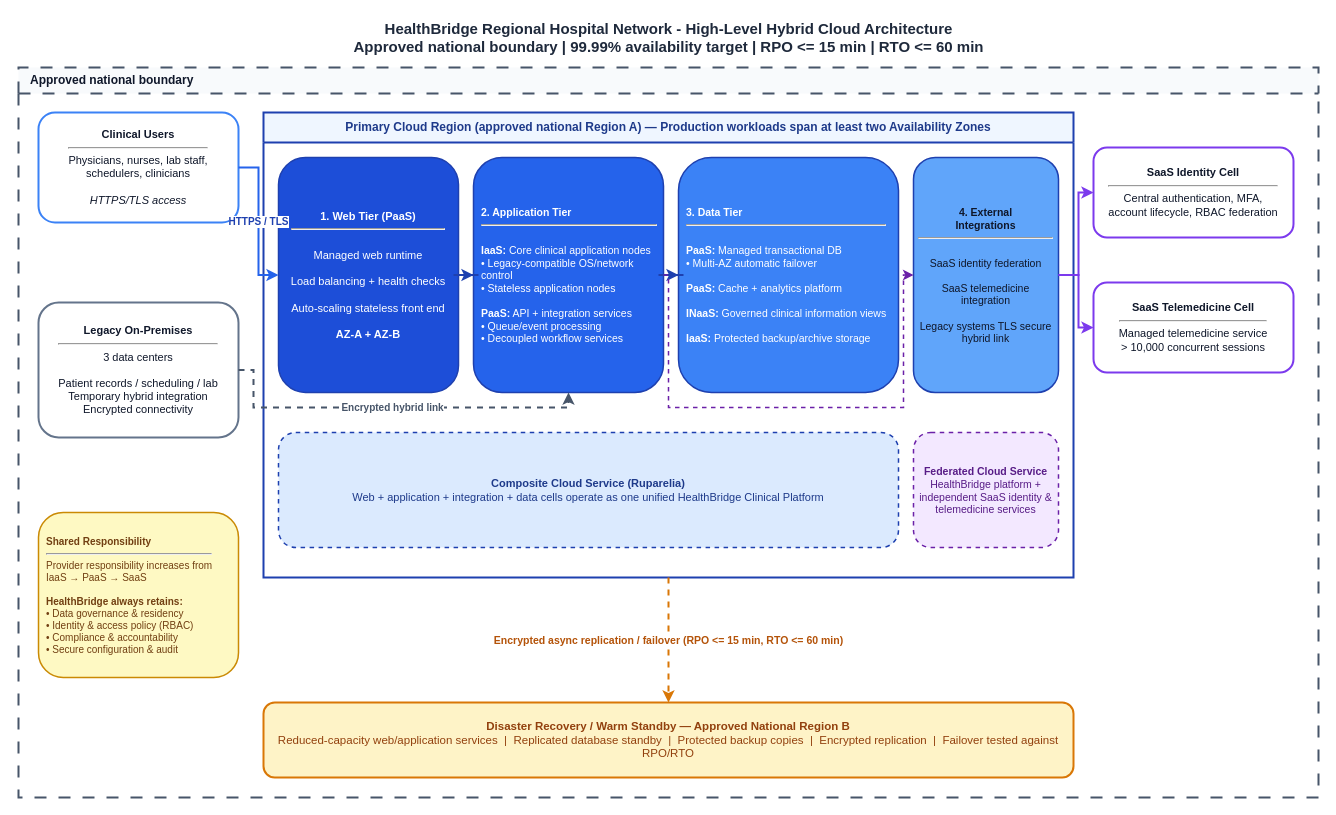
This is Healthbridge.drawio from tjrandall/tj, a draw.io file, before an edit. Source tidied: cells renumbered, new cells numbered last; positions are measured from the earlier drawing's top-left corner, leaving out a move shared by most shapes. Both pictures are drawn from the tidied source at 100%, with x=0, y=0 at pixel (18, 17).
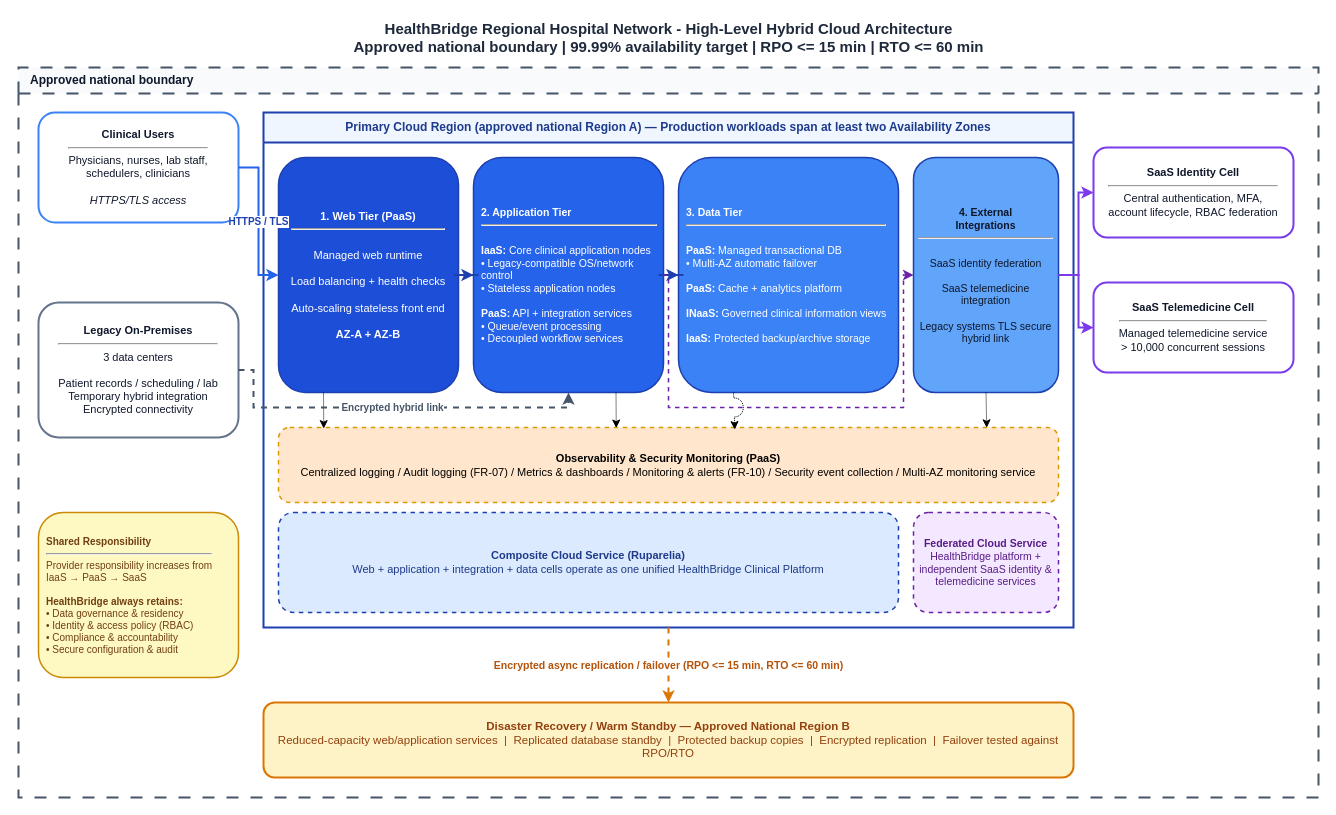
After the change.

Unchanged cells that the change refers to:
```xml
<mxCell id="3" value="Approved national boundary" style="swimlane;whiteSpace=wrap;html=1;dashed=1;dashPattern=6 6;strokeColor=#475569;strokeWidth=2;fillColor=#F8FAFC;fontStyle=1;fontSize=12;startSize=26;align=left;spacingLeft=10;fontColor=#0F172A;" parent="1" vertex="1">
  <mxGeometry y="50" width="1300" height="730" as="geometry" />
</mxCell>
<mxCell id="8" value="&lt;b&gt;1. Web Tier (PaaS)&lt;/b&gt;&lt;hr/&gt;&lt;br/&gt;Managed web runtime&lt;br/&gt;&lt;br/&gt;Load balancing + health checks&lt;br/&gt;&lt;br/&gt;Auto-scaling stateless front end&lt;br/&gt;&lt;br/&gt;&lt;b&gt;AZ-A + AZ-B&lt;/b&gt;" style="rounded=1;whiteSpace=wrap;html=1;fillColor=#1D4ED8;strokeColor=#1E40AF;strokeWidth=1.5;fontColor=#FFFFFF;align=center;fontSize=11;spacing=6;" parent="7" vertex="1">
  <mxGeometry x="15" y="45" width="180" height="235" as="geometry" />
</mxCell>
<mxCell id="9" value="&lt;b&gt;2. Application Tier&lt;/b&gt;&lt;hr/&gt;&lt;br/&gt;&lt;b&gt;IaaS:&lt;/b&gt; Core clinical application nodes&lt;br/&gt;&amp;bull; Legacy-compatible OS/network control&lt;br/&gt;&amp;bull; Stateless application nodes&lt;br/&gt;&lt;br/&gt;&lt;b&gt;PaaS:&lt;/b&gt; API + integration services&lt;br/&gt;&amp;bull; Queue/event processing&lt;br/&gt;&amp;bull; Decoupled workflow services" style="rounded=1;whiteSpace=wrap;html=1;fillColor=#2563EB;strokeColor=#1E40AF;strokeWidth=1.5;fontColor=#FFFFFF;align=left;fontSize=10.5;spacing=8;" parent="7" vertex="1">
  <mxGeometry x="210" y="45" width="190" height="235" as="geometry" />
</mxCell>
<mxCell id="10" value="&lt;b&gt;3. Data Tier&lt;/b&gt;&lt;hr/&gt;&lt;br/&gt;&lt;b&gt;PaaS:&lt;/b&gt; Managed transactional DB&lt;br/&gt;&amp;bull; Multi-AZ automatic failover&lt;br/&gt;&lt;br/&gt;&lt;b&gt;PaaS:&lt;/b&gt; Cache + analytics platform&lt;br/&gt;&lt;br/&gt;&lt;b&gt;INaaS:&lt;/b&gt; Governed clinical information views&lt;br/&gt;&lt;br/&gt;&lt;b&gt;IaaS:&lt;/b&gt; Protected backup/archive storage" style="rounded=1;whiteSpace=wrap;html=1;fillColor=#3B82F6;strokeColor=#1E40AF;strokeWidth=1.5;fontColor=#FFFFFF;align=left;fontSize=10.5;spacing=8;" parent="7" vertex="1">
  <mxGeometry x="415" y="45" width="220" height="235" as="geometry" />
</mxCell>
<mxCell id="11" value="&lt;b&gt;4. External&lt;br/&gt;Integrations&lt;/b&gt;&lt;hr/&gt;&lt;br/&gt;SaaS identity federation&lt;br/&gt;&lt;br/&gt;SaaS telemedicine integration&lt;br/&gt;&lt;br/&gt;Legacy systems TLS secure hybrid link" style="rounded=1;whiteSpace=wrap;html=1;fillColor=#60A5FA;strokeColor=#1E40AF;strokeWidth=1.5;fontColor=#0F172A;align=center;fontSize=10.5;spacing=6;" parent="7" vertex="1">
  <mxGeometry x="650" y="45" width="145" height="235" as="geometry" />
</mxCell>
```

What changed in the source:
```diff
@@
     <mxCell id="7" value="Primary Cloud Region (approved national Region A) — Production workloads span at least two Availability Zones" style="swimlane;whiteSpace=wrap;html=1;strokeColor=#1E40AF;strokeWidth=2;fillColor=#EFF6FF;fontStyle=1;fontSize=12;startSize=30;align=center;fontColor=#1E3A8A;" parent="3" vertex="1">
-      <mxGeometry x="245" y="45" width="810" height="465" as="geometry" />
+      <mxGeometry x="245" y="45" width="810" height="515" as="geometry" />
     </mxCell>
@@
     <mxCell id="12" value="&lt;b&gt;Composite Cloud Service (Ruparelia)&lt;/b&gt;&lt;br/&gt;Web + application + integration + data cells operate as one unified HealthBridge Clinical Platform" style="rounded=1;whiteSpace=wrap;html=1;dashed=1;strokeColor=#1E40AF;strokeWidth=1.5;fillColor=#DBEAFE;fontColor=#1E3A8A;align=center;fontSize=11;" parent="7" vertex="1">
-      <mxGeometry x="15" y="320" width="620" height="115" as="geometry" />
+      <mxGeometry x="15" y="400" width="620" height="100" as="geometry" />
     </mxCell>
     <mxCell id="13" value="&lt;b&gt;Federated Cloud Service&lt;/b&gt;&lt;br/&gt;HealthBridge platform + independent SaaS identity &amp;amp; telemedicine services" style="rounded=1;whiteSpace=wrap;html=1;dashed=1;strokeColor=#6B21A8;strokeWidth=1.5;fillColor=#F3E8FF;fontColor=#581C87;align=center;fontSize=10.5;spacing=4;" parent="7" vertex="1">
-      <mxGeometry x="650" y="320" width="145" height="115" as="geometry" />
+      <mxGeometry x="650" y="400" width="145" height="100" as="geometry" />
     </mxCell>
@@
+    <mxCell id="25" value="&lt;b&gt;Observability &amp;amp; Security Monitoring (PaaS)&lt;/b&gt;&lt;br&gt;Centralized logging / Audit logging (FR-07) / Metrics &amp;amp; dashboards / Monitoring &amp;amp; alerts (FR-10) / Security event collection /&amp;nbsp;Multi-AZ monitoring service" style="rounded=1;whiteSpace=wrap;html=1;dashed=1;strokeColor=#d79b00;strokeWidth=1.5;fillColor=#ffe6cc;align=center;fontSize=11;" parent="7" vertex="1">
+      <mxGeometry x="15" y="315" width="780" height="75" as="geometry" />
+    </mxCell>
+    <mxCell id="26" style="endArrow=classic;html=1;rounded=0;entryX=0.433;entryY=0.007;entryDx=0;entryDy=0;entryPerimeter=0;jumpStyle=arc;dashed=1;dashPattern=1 1;jumpSize=19;exitX=0.75;exitY=1;exitDx=0;exitDy=0;" parent="7" edge="1" source="9" target="25">
+      <mxGeometry relative="1" as="geometry" />
+    </mxCell>
+    <mxCell id="27" style="endArrow=classic;html=1;rounded=0;exitX=0.25;exitY=1;exitDx=0;exitDy=0;entryX=0.585;entryY=0.028;entryDx=0;entryDy=0;entryPerimeter=0;jumpStyle=arc;dashed=1;dashPattern=1 1;jumpSize=19;" parent="7" edge="1" source="10" target="25">
+      <mxGeometry relative="1" as="geometry" />
+    </mxCell>
+    <mxCell id="28" style="endArrow=classic;html=1;rounded=0;exitX=0.5;exitY=1;exitDx=0;exitDy=0;entryX=0.908;entryY=0.004;entryDx=0;entryDy=0;entryPerimeter=0;jumpStyle=arc;dashed=1;dashPattern=1 1;jumpSize=19;" parent="7" edge="1" source="11" target="25">
+      <mxGeometry relative="1" as="geometry" />
+    </mxCell>
+    <mxCell id="29" style="endArrow=classic;html=1;rounded=0;exitX=0.25;exitY=1;exitDx=0;exitDy=0;entryX=0.058;entryY=0.015;entryDx=0;entryDy=0;entryPerimeter=0;jumpStyle=arc;dashed=1;dashPattern=1 1;jumpSize=19;" parent="7" edge="1" source="8" target="25">
+      <mxGeometry relative="1" as="geometry" />
+    </mxCell>
```
